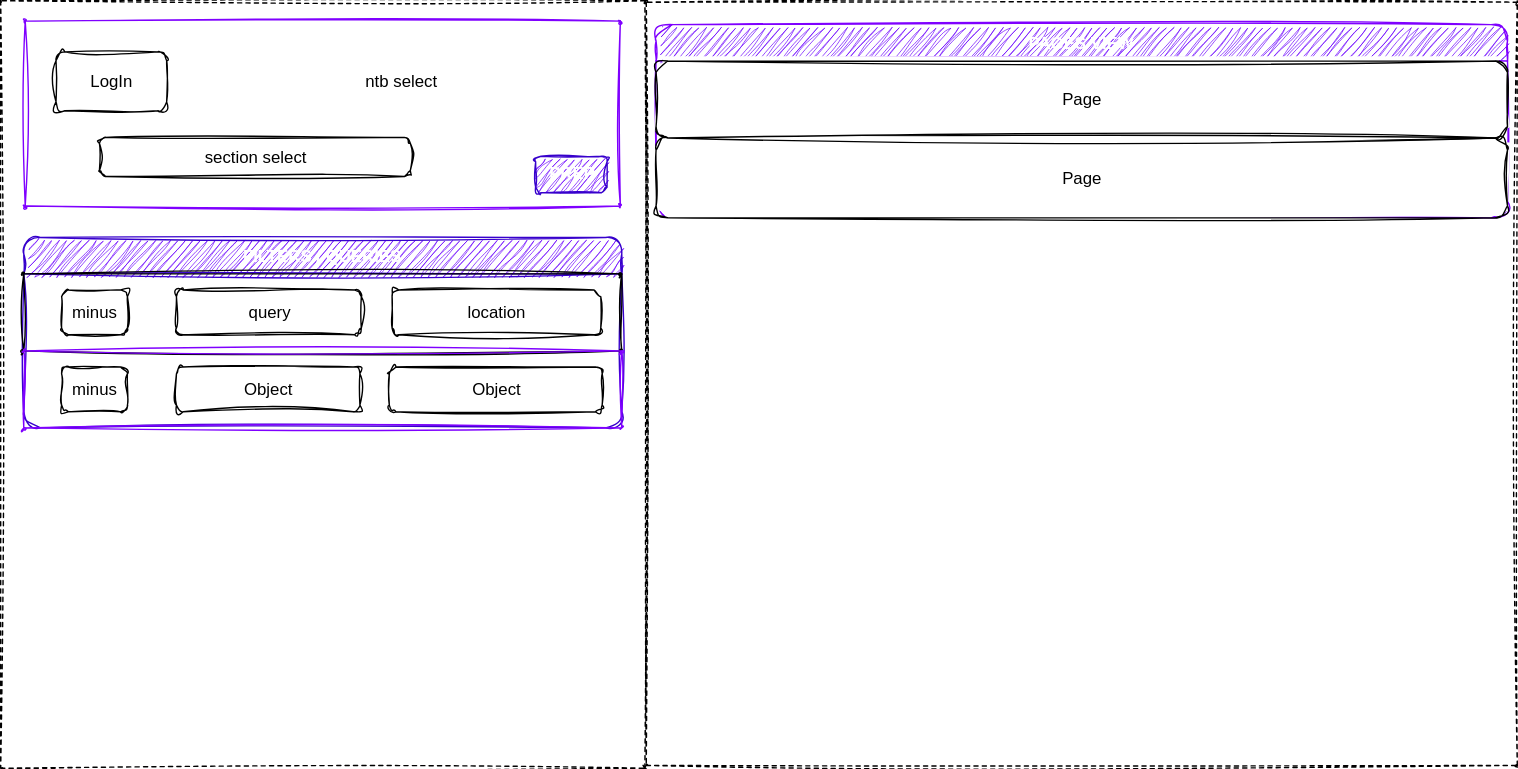
This is src/resources/wireframes.drawio.svg from simik394/1note-organizer, a draw.io export, as it was before one commit. Source tidied: cells renumbered, new cells last; positions are measured from the earlier drawing's top-left corner, leaving out a move shared by most shapes.
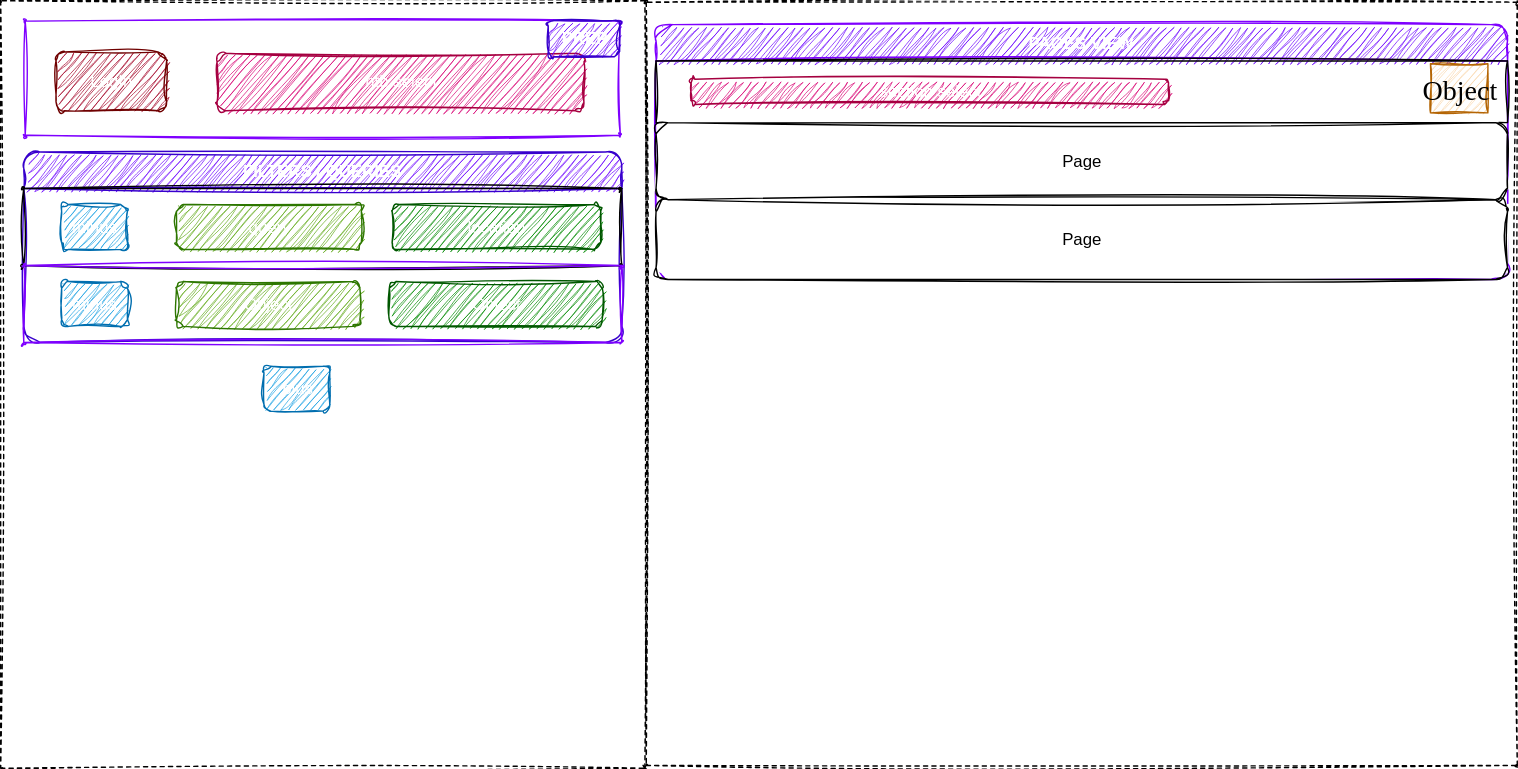
The same diagram one commit later.

The edit, as a diff of the source:
```diff
@@ -6,59 +6,68 @@
       <mxGeometry x="461" y="1" width="622" height="545" as="geometry" />
     </mxCell>
     <mxCell id="3" value="PAGES VIEW" style="swimlane;fontStyle=1;align=center;verticalAlign=top;horizontal=1;startSize=26;fillColor=#6a00ff;fontColor=#ffffff;strokeColor=#7F00FF;rounded=1;sketch=1;curveFitting=1;jiggle=2;" parent="2" vertex="1">
-      <mxGeometry x="7" y="16" width="608" height="138" as="geometry" />
+      <mxGeometry x="7" y="16" width="608" height="182" as="geometry" />
     </mxCell>
+    <mxCell id="22" style="swimlane;startSize=0;sketch=1;hachureGap=4;jiggle=2;curveFitting=1;fontFamily=Architects Daughter;fontSource=https%3A%2F%2Ffonts.googleapis.com%2Fcss%3Ffamily%3DArchitects%2BDaughter;fontSize=20;" parent="3" vertex="1">
+      <mxGeometry y="26" width="608" height="44" as="geometry" />
+    </mxCell>
+    <mxCell id="8" value="section select" style="html=1;rounded=1;sketch=1;curveFitting=1;jiggle=2;fillColor=#d80073;fontColor=#ffffff;strokeColor=#A50040;" parent="22" vertex="1">
+      <mxGeometry x="25" y="13" width="341" height="18" as="geometry" />
+    </mxCell>
+    <mxCell id="23" value="Object" style="html=1;sketch=1;hachureGap=4;jiggle=2;curveFitting=1;fontFamily=Architects Daughter;fontSource=https%3A%2F%2Ffonts.googleapis.com%2Fcss%3Ffamily%3DArchitects%2BDaughter;fontSize=20;fillColor=#fad7ac;strokeColor=#b46504;" parent="22" vertex="1">
+      <mxGeometry x="553" y="2" width="41" height="35" as="geometry" />
+    </mxCell>
     <mxCell id="4" value="Page" style="html=1;rounded=1;sketch=1;curveFitting=1;jiggle=2;" parent="3" vertex="1">
-      <mxGeometry y="26" width="608" height="55" as="geometry" />
+      <mxGeometry y="70" width="608" height="55" as="geometry" />
     </mxCell>
     <mxCell id="5" value="Page" style="html=1;rounded=1;sketch=1;curveFitting=1;jiggle=2;" parent="3" vertex="1">
-      <mxGeometry y="81" width="608" height="57" as="geometry" />
+      <mxGeometry y="125" width="608" height="57" as="geometry" />
     </mxCell>
     <mxCell id="6" style="swimlane;startSize=0;strokeColor=default;dashed=1;rounded=1;sketch=1;curveFitting=1;jiggle=2;" parent="1" vertex="1">
       <mxGeometry width="460" height="548" as="geometry" />
     </mxCell>
     <mxCell id="7" style="swimlane;startSize=0;strokeColor=#7F00FF;rounded=1;sketch=1;curveFitting=1;jiggle=2;" parent="6" vertex="1">
-      <mxGeometry x="17.5" y="14.5" width="425" height="132" as="geometry" />
+      <mxGeometry x="17.5" y="14.5" width="425" height="81.5" as="geometry" />
     </mxCell>
-    <mxCell id="8" value="section select" style="html=1;rounded=1;sketch=1;curveFitting=1;jiggle=2;" parent="7" vertex="1">
-      <mxGeometry x="53" y="83" width="222" height="28" as="geometry" />
-    </mxCell>
-    <mxCell id="9" value="ntb select" style="html=1;strokeColor=#FFFFFF;rounded=1;sketch=1;curveFitting=1;jiggle=2;" parent="7" vertex="1">
+    <mxCell id="9" value="ntb select" style="html=1;strokeColor=#A50040;rounded=1;sketch=1;curveFitting=1;jiggle=2;fillColor=#d80073;fontColor=#ffffff;" parent="7" vertex="1">
       <mxGeometry x="137" y="23" width="262" height="41" as="geometry" />
     </mxCell>
-    <mxCell id="10" value="LogIn" style="rounded=1;whiteSpace=wrap;html=1;sketch=1;curveFitting=1;jiggle=2;" parent="7" vertex="1">
+    <mxCell id="10" value="LogIn" style="rounded=1;whiteSpace=wrap;html=1;sketch=1;curveFitting=1;jiggle=2;fillColor=#a20025;fontColor=#ffffff;strokeColor=#6F0000;" parent="7" vertex="1">
       <mxGeometry x="22" y="22" width="79" height="42" as="geometry" />
     </mxCell>
     <mxCell id="11" value="&lt;b&gt;PREP&lt;/b&gt;" style="text;html=1;align=center;verticalAlign=middle;strokeColor=#3700CC;fillColor=#6a00ff;fontColor=#ffffff;rounded=1;sketch=1;curveFitting=1;jiggle=2;" parent="7" vertex="1">
-      <mxGeometry x="364.5" y="96.5" width="51" height="26" as="geometry" />
+      <mxGeometry x="373.5" y="-0.5" width="51" height="26" as="geometry" />
     </mxCell>
     <mxCell id="12" value="FILTERS / QUERIES" style="swimlane;fontStyle=1;align=center;verticalAlign=top;horizontal=1;startSize=26;fillColor=#6a00ff;fontColor=#ffffff;strokeColor=#3700CC;rounded=1;sketch=1;curveFitting=1;jiggle=2;" parent="6" vertex="1">
-      <mxGeometry x="16.5" y="169" width="427" height="136" as="geometry" />
+      <mxGeometry x="16.5" y="108" width="427" height="136" as="geometry" />
     </mxCell>
     <mxCell id="13" style="swimlane;startSize=0;rounded=1;sketch=1;curveFitting=1;jiggle=2;" parent="12" vertex="1">
       <mxGeometry y="26" width="427" height="55" as="geometry" />
     </mxCell>
-    <mxCell id="14" value="minus" style="html=1;rounded=1;sketch=1;curveFitting=1;jiggle=2;" parent="13" vertex="1">
+    <mxCell id="14" value="minus" style="html=1;rounded=1;sketch=1;curveFitting=1;jiggle=2;fillColor=#1ba1e2;fontColor=#ffffff;strokeColor=#006EAF;" parent="13" vertex="1">
       <mxGeometry x="27" y="11.5" width="47" height="32" as="geometry" />
     </mxCell>
-    <mxCell id="15" value="query" style="html=1;rounded=1;sketch=1;curveFitting=1;jiggle=2;" parent="13" vertex="1">
+    <mxCell id="15" value="query" style="html=1;rounded=1;sketch=1;curveFitting=1;jiggle=2;fillColor=#60a917;fontColor=#ffffff;strokeColor=#2D7600;" parent="13" vertex="1">
       <mxGeometry x="109" y="11.5" width="132" height="32" as="geometry" />
     </mxCell>
-    <mxCell id="16" value="location" style="html=1;rounded=1;sketch=1;curveFitting=1;jiggle=2;" parent="13" vertex="1">
+    <mxCell id="16" value="location" style="html=1;rounded=1;sketch=1;curveFitting=1;jiggle=2;fillColor=#008a00;fontColor=#ffffff;strokeColor=#005700;" parent="13" vertex="1">
       <mxGeometry x="263" y="11.5" width="149" height="32" as="geometry" />
     </mxCell>
     <mxCell id="17" style="swimlane;startSize=0;strokeColor=#7F00FF;rounded=1;sketch=1;curveFitting=1;jiggle=2;" parent="12" vertex="1">
       <mxGeometry y="81" width="427" height="55" as="geometry" />
     </mxCell>
-    <mxCell id="18" value="minus" style="html=1;rounded=1;sketch=1;curveFitting=1;jiggle=2;" parent="17" vertex="1">
+    <mxCell id="18" value="minus" style="html=1;rounded=1;sketch=1;curveFitting=1;jiggle=2;fillColor=#1ba1e2;fontColor=#ffffff;strokeColor=#006EAF;" parent="17" vertex="1">
       <mxGeometry x="27" y="11.5" width="47" height="32" as="geometry" />
     </mxCell>
-    <mxCell id="19" value="Object" style="html=1;rounded=1;sketch=1;curveFitting=1;jiggle=2;" parent="17" vertex="1">
+    <mxCell id="19" value="Object" style="html=1;rounded=1;sketch=1;curveFitting=1;jiggle=2;fillColor=#60a917;fontColor=#ffffff;strokeColor=#2D7600;" parent="17" vertex="1">
       <mxGeometry x="109" y="11.5" width="131" height="32" as="geometry" />
     </mxCell>
-    <mxCell id="20" value="Object" style="html=1;rounded=1;sketch=1;curveFitting=1;jiggle=2;" parent="17" vertex="1">
+    <mxCell id="20" value="Object" style="html=1;rounded=1;sketch=1;curveFitting=1;jiggle=2;fillColor=#008a00;fontColor=#ffffff;strokeColor=#005700;" parent="17" vertex="1">
       <mxGeometry x="261" y="11.5" width="152" height="32" as="geometry" />
     </mxCell>
+    <mxCell id="24" value="plus" style="html=1;rounded=1;sketch=1;curveFitting=1;jiggle=2;fillColor=#1ba1e2;fontColor=#ffffff;strokeColor=#006EAF;" parent="6" vertex="1">
+      <mxGeometry x="188" y="261" width="47" height="32" as="geometry" />
+    </mxCell>
     <mxCell id="21" value="components" parent="0" />
   </root>
 </mxGraphModel>
```
